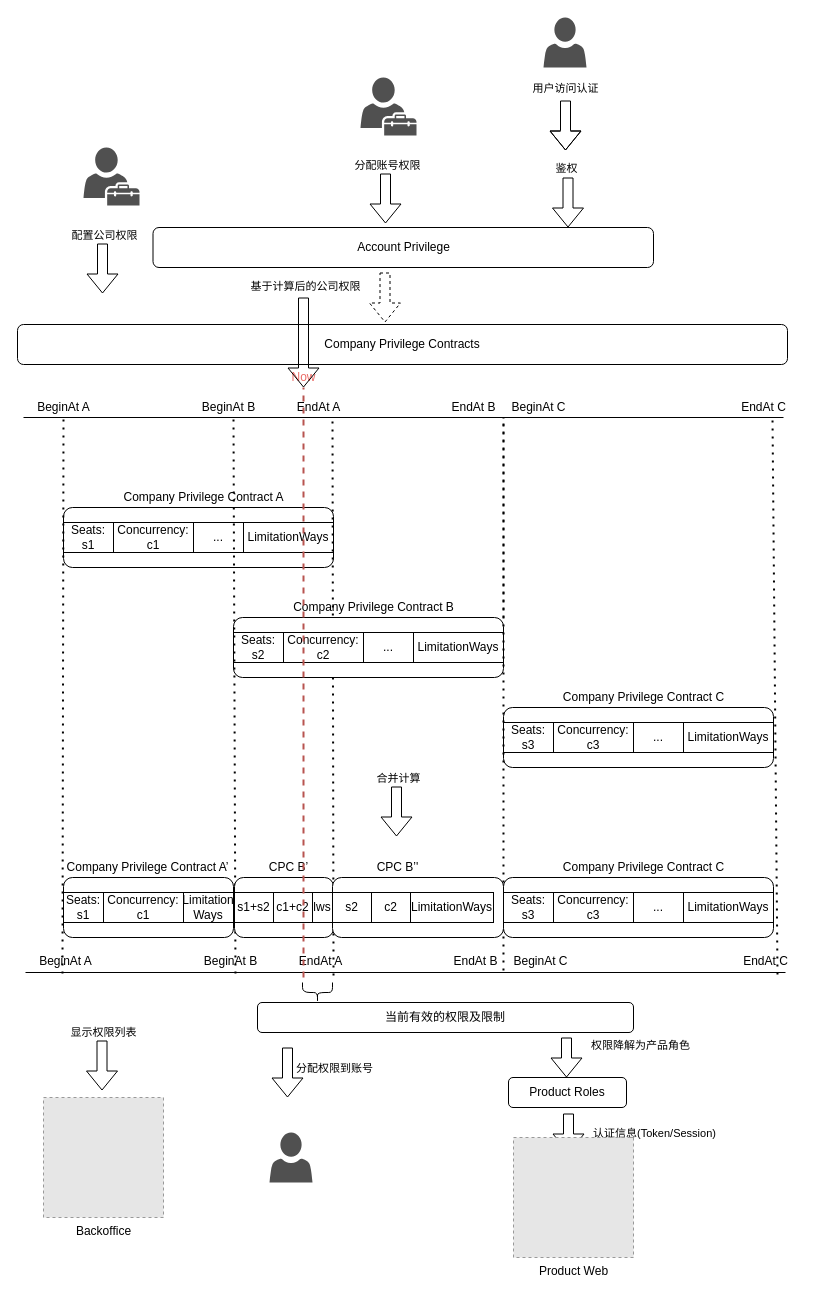
This is page "Company Privilege Contract" (2 of 3) of Privilege Bussines Layer.drawio from yindongjun/gangzhang.github.io, a draw.io file, before an edit. Source tidied: cells renumbered, new cells numbered last; positions are measured from the earlier drawing's top-left corner, leaving out a move shared by most shapes. Both pictures are drawn from the tidied source at 100%, with x=0, y=0 at pixel (17, 17). Pictures stored in the file or linked from it are replaced by grey dashed boxes.
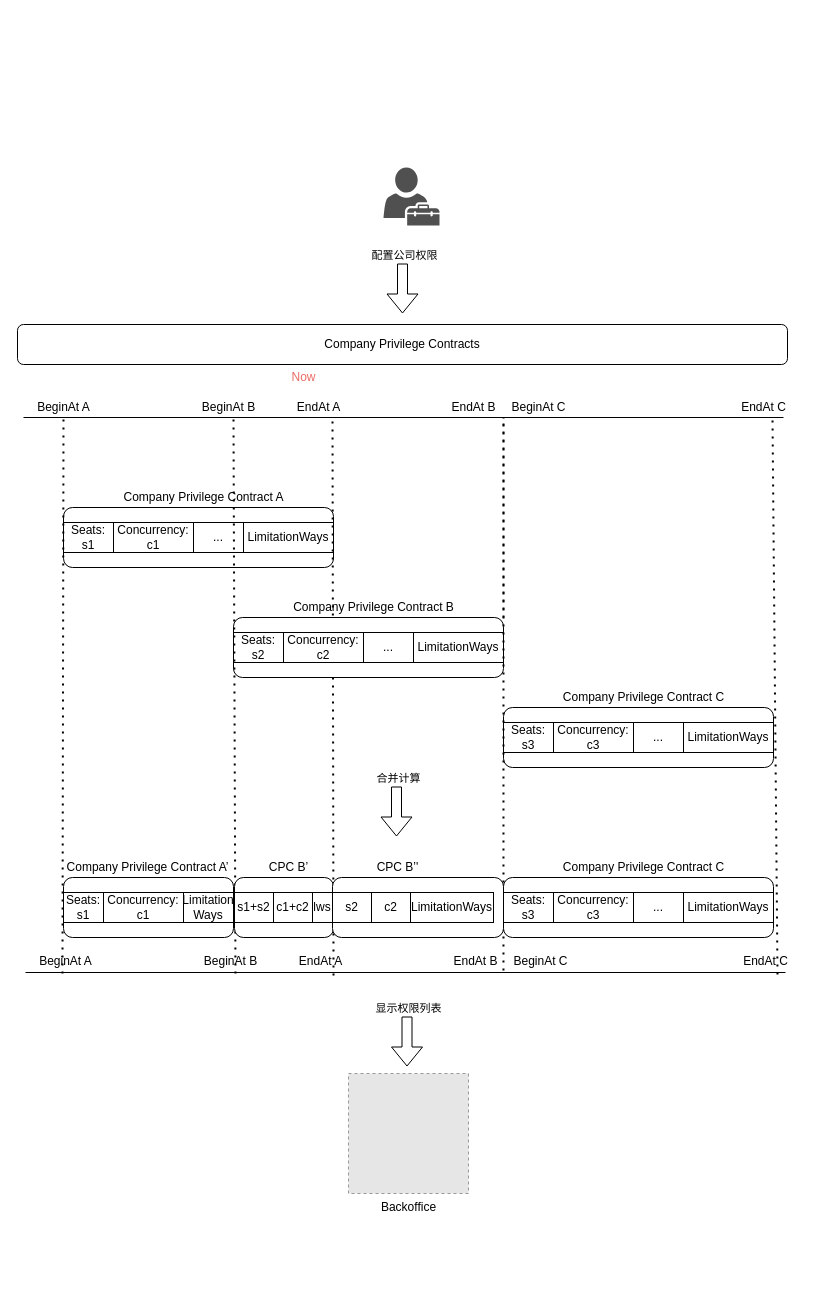
Above is the later version.

The edit, as a diff of the source:
```diff
@@
     <mxCell id="64" style="shadow=0;dashed=0;html=1;strokeColor=none;fillColor=#505050;labelPosition=center;verticalLabelPosition=bottom;verticalAlign=top;align=center;shape=mxgraph.office.users.tenant_admin;" parent="1" vertex="1">
-      <mxGeometry x="66" y="130" width="56" height="58" as="geometry" />
+      <mxGeometry x="366" y="150" width="56" height="58" as="geometry" />
     </mxCell>
     <mxCell id="65" style="shape=flexArrow;endArrow=classic;html=1;" parent="1" edge="1">
       <mxGeometry relative="1" as="geometry">
-        <mxPoint x="84.5" y="1023" as="sourcePoint" />
-        <mxPoint x="84.5" y="1073" as="targetPoint" />
+        <mxPoint x="389.5" y="999" as="sourcePoint" />
+        <mxPoint x="389.5" y="1049" as="targetPoint" />
       </mxGeometry>
     </mxCell>
@@
     <mxCell id="67" style="shape=flexArrow;endArrow=classic;html=1;" parent="1" edge="1">
       <mxGeometry relative="1" as="geometry">
-        <mxPoint x="85" y="226" as="sourcePoint" />
-        <mxPoint x="85" y="276" as="targetPoint" />
+        <mxPoint x="385" y="246" as="sourcePoint" />
+        <mxPoint x="385" y="296" as="targetPoint" />
         <Array as="points">
-          <mxPoint x="85" y="226" />
+          <mxPoint x="385" y="246" />
         </Array>
       </mxGeometry>
     </mxCell>
@@
     <mxCell id="69" value="Backoffice" style="fillColor=#E6E6E6;strokeColor=#999999;dashed=1;html=1;verticalAlign=top;verticalLabelPosition=bottom;labelBackgroundColor=#ffffff;" parent="1" vertex="1">
-      <mxGeometry x="26" y="1080" width="120" height="120" as="geometry" />
+      <mxGeometry x="331" y="1056" width="120" height="120" as="geometry" />
     </mxCell>
-    <mxCell id="70" style="shape=flexArrow;endArrow=classic;html=1;" parent="1" edge="1">
-      <mxGeometry relative="1" as="geometry">
-        <mxPoint x="368" y="156" as="sourcePoint" />
-        <mxPoint x="368" y="206" as="targetPoint" />
-        <Array as="points">
-          <mxPoint x="368" y="156" />
-        </Array>
-      </mxGeometry>
-    </mxCell>
-    <mxCell id="71" value="分配账号权限" style="edgeLabel;html=1;align=center;verticalAlign=middle;" parent="70" vertex="1">
-      <mxGeometry x="-0.4" y="1" relative="1" as="geometry">
-        <mxPoint y="-24" as="offset" />
-      </mxGeometry>
-    </mxCell>
-    <mxCell id="72" style="shadow=0;dashed=0;html=1;strokeColor=none;fillColor=#505050;labelPosition=center;verticalLabelPosition=bottom;verticalAlign=top;align=center;shape=mxgraph.office.users.tenant_admin;" parent="1" vertex="1">
-      <mxGeometry x="343" y="60" width="56" height="58" as="geometry" />
-    </mxCell>
-    <mxCell id="73" value="Account Privilege" style="rounded=1;whiteSpace=wrap;html=1;" parent="1" vertex="1">
-      <mxGeometry x="135.5" y="210" width="500.5" height="40" as="geometry" />
-    </mxCell>
-    <mxCell id="74" style="endArrow=none;dashed=1;html=1;fillColor=#f8cecc;strokeColor=#b85450;gradientColor=#ea6b66;strokeWidth=2;" parent="1" edge="1">
-      <mxGeometry relative="1" as="geometry">
-        <mxPoint x="286" y="960" as="sourcePoint" />
-        <mxPoint x="286" y="370" as="targetPoint" />
-      </mxGeometry>
-    </mxCell>
@@
-    <mxCell id="76" style="shape=curlyBracket;whiteSpace=wrap;html=1;rounded=1;rotation=-90;" parent="1" vertex="1">
-      <mxGeometry x="290" y="960" width="20" height="30" as="geometry" />
-    </mxCell>
-    <mxCell id="77" style="shape=flexArrow;endArrow=classic;html=1;dashed=1;" parent="1" edge="1">
-      <mxGeometry relative="1" as="geometry">
-        <mxPoint x="367.5" y="255" as="sourcePoint" />
-        <mxPoint x="367.5" y="305" as="targetPoint" />
-        <Array as="points">
-          <mxPoint x="367.5" y="255" />
-        </Array>
-      </mxGeometry>
-    </mxCell>
-    <mxCell id="78" style="shape=flexArrow;endArrow=classic;html=1;" parent="1" edge="1">
-      <mxGeometry relative="1" as="geometry">
-        <mxPoint x="286" y="280" as="sourcePoint" />
-        <mxPoint x="286" y="370" as="targetPoint" />
-      </mxGeometry>
-    </mxCell>
-    <mxCell id="79" value="基于计算后的公司权限" style="edgeLabel;html=1;align=center;verticalAlign=middle;" parent="78" vertex="1">
-      <mxGeometry x="-0.4" y="1" relative="1" as="geometry">
-        <mxPoint y="-39" as="offset" />
-      </mxGeometry>
-    </mxCell>
-    <mxCell id="80" style="shape=flexArrow;endArrow=classic;html=1;" parent="1" edge="1">
-      <mxGeometry relative="1" as="geometry">
-        <mxPoint x="270" y="1030" as="sourcePoint" />
-        <mxPoint x="270" y="1080" as="targetPoint" />
-      </mxGeometry>
-    </mxCell>
-    <mxCell id="81" value="分配权限到账号" style="edgeLabel;html=1;align=center;verticalAlign=middle;" parent="80" vertex="1">
-      <mxGeometry x="-0.4" y="1" relative="1" as="geometry">
-        <mxPoint x="45" y="5" as="offset" />
-      </mxGeometry>
-    </mxCell>
-    <mxCell id="82" value="当前有效的权限及限制" style="rounded=1;whiteSpace=wrap;html=1;" parent="1" vertex="1">
-      <mxGeometry x="240" y="985" width="376" height="30" as="geometry" />
-    </mxCell>
-    <mxCell id="83" style="shape=flexArrow;endArrow=classic;html=1;" parent="1" edge="1">
-      <mxGeometry relative="1" as="geometry">
-        <mxPoint x="550.5" y="160" as="sourcePoint" />
-        <mxPoint x="550.5" y="210" as="targetPoint" />
-        <Array as="points">
-          <mxPoint x="550.5" y="160" />
-        </Array>
-      </mxGeometry>
-    </mxCell>
-    <mxCell id="84" value="用户访问认证" style="edgeLabel;html=1;align=center;verticalAlign=middle;" parent="83" vertex="1">
-      <mxGeometry x="-0.4" y="1" relative="1" as="geometry">
-        <mxPoint x="-4" y="-105" as="offset" />
-      </mxGeometry>
-    </mxCell>
-    <mxCell id="85" style="shadow=0;dashed=0;html=1;strokeColor=none;labelPosition=center;verticalLabelPosition=bottom;verticalAlign=top;align=center;fillColor=#505050;shape=mxgraph.mscae.intune.account_portal;" parent="1" vertex="1">
-      <mxGeometry x="252" y="1115" width="43" height="50" as="geometry" />
-    </mxCell>
-    <mxCell id="86" style="shadow=0;dashed=0;html=1;strokeColor=none;labelPosition=center;verticalLabelPosition=bottom;verticalAlign=top;align=center;fillColor=#505050;shape=mxgraph.mscae.intune.account_portal;" parent="1" vertex="1">
-      <mxGeometry x="526" width="43" height="50" as="geometry" />
-    </mxCell>
-    <mxCell id="87" style="shape=flexArrow;endArrow=classic;html=1;" parent="1" edge="1">
-      <mxGeometry relative="1" as="geometry">
-        <mxPoint x="549" y="1020" as="sourcePoint" />
-        <mxPoint x="549" y="1060" as="targetPoint" />
-      </mxGeometry>
-    </mxCell>
-    <mxCell id="88" value="权限降解为产品角色" style="edgeLabel;html=1;align=center;verticalAlign=middle;" parent="87" vertex="1">
-      <mxGeometry x="-0.4" y="1" relative="1" as="geometry">
-        <mxPoint x="72" y="-5" as="offset" />
-      </mxGeometry>
-    </mxCell>
-    <mxCell id="89" value="Product Roles" style="rounded=1;whiteSpace=wrap;html=1;" parent="1" vertex="1">
-      <mxGeometry x="491" y="1060" width="118" height="30" as="geometry" />
-    </mxCell>
-    <mxCell id="90" style="shape=flexArrow;endArrow=classic;html=1;" parent="1" edge="1">
-      <mxGeometry relative="1" as="geometry">
-        <mxPoint x="548" y="83" as="sourcePoint" />
-        <mxPoint x="548" y="133" as="targetPoint" />
-        <Array as="points">
-          <mxPoint x="548" y="83" />
-          <mxPoint x="548" y="113" />
-        </Array>
-      </mxGeometry>
-    </mxCell>
-    <mxCell id="91" value="鉴权" style="edgeLabel;html=1;align=center;verticalAlign=middle;" parent="90" vertex="1">
-      <mxGeometry x="-0.4" y="1" relative="1" as="geometry">
-        <mxPoint x="-1" y="52" as="offset" />
-      </mxGeometry>
-    </mxCell>
-    <mxCell id="92" style="shape=flexArrow;endArrow=classic;html=1;" parent="1" edge="1">
-      <mxGeometry relative="1" as="geometry">
-        <mxPoint x="551" y="1096" as="sourcePoint" />
-        <mxPoint x="551" y="1136" as="targetPoint" />
-      </mxGeometry>
-    </mxCell>
-    <mxCell id="93" value="认证信息(Token/Session)" style="edgeLabel;html=1;align=center;verticalAlign=middle;" parent="92" vertex="1">
-      <mxGeometry x="-0.4" y="1" relative="1" as="geometry">
-        <mxPoint x="84" y="7" as="offset" />
-      </mxGeometry>
-    </mxCell>
-    <mxCell id="94" value="Product Web" style="fillColor=#E6E6E6;strokeColor=#999999;dashed=1;html=1;verticalAlign=top;verticalLabelPosition=bottom;labelBackgroundColor=#ffffff;" parent="1" vertex="1">
-      <mxGeometry x="496" y="1120" width="120" height="120" as="geometry" />
-    </mxCell>
```
